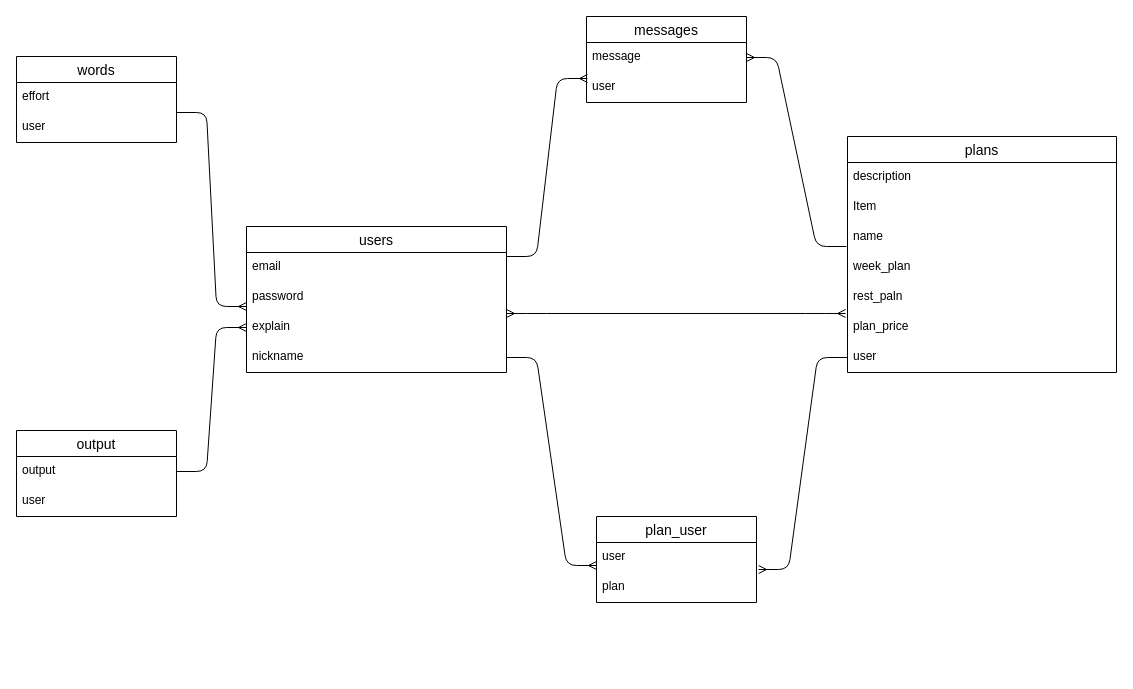
Before: dodo.dio in maru-maru-bonbon/dodo-1224, a draw.io diagram. Source tidied: cells renumbered, new cells numbered last; positions are measured from the earlier drawing's top-left corner, leaving out a move shared by most shapes. Both pictures are drawn from the tidied source at 100%, with x=0, y=0 at pixel (16, 16).
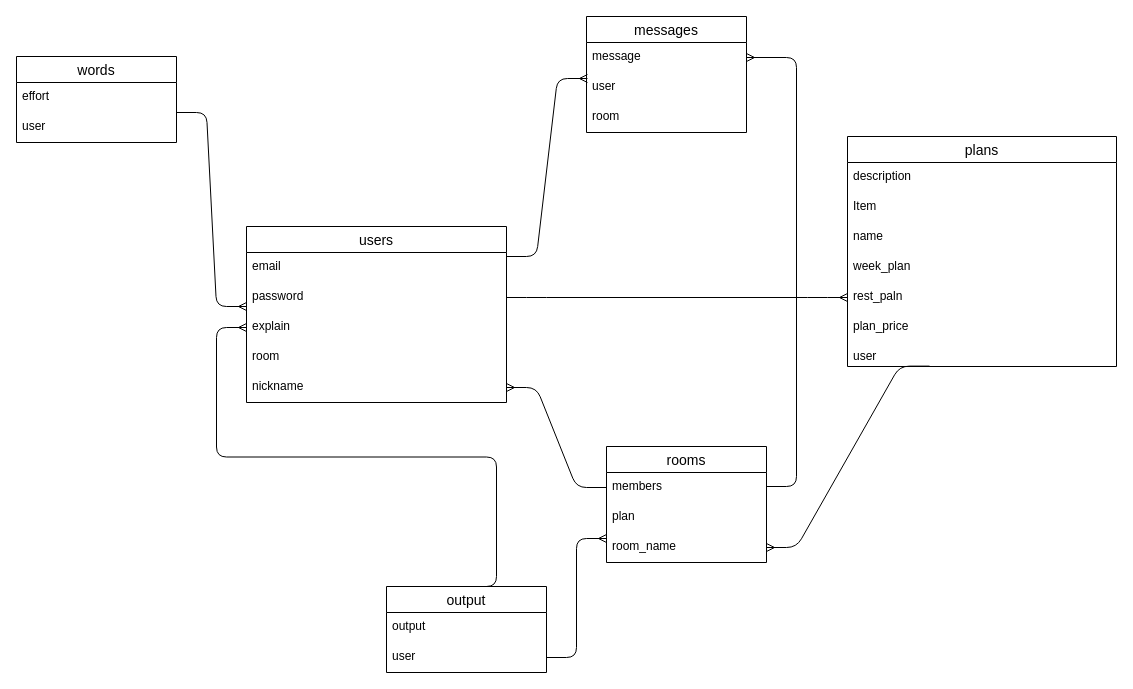
The same page after the edit.

Unchanged cells that the change refers to:
```xml
<mxCell id="4" value="password" style="text;strokeColor=none;fillColor=none;spacingLeft=4;spacingRight=4;overflow=hidden;points=[[0,0.5],[1,0.5]];portConstraint=eastwest;fontSize=12;" parent="2" vertex="1">
  <mxGeometry y="56" width="260" height="30" as="geometry" />
</mxCell>
<mxCell id="5" value="explain" style="text;strokeColor=none;fillColor=none;spacingLeft=4;spacingRight=4;overflow=hidden;points=[[0,0.5],[1,0.5]];portConstraint=eastwest;fontSize=12;" parent="2" vertex="1">
  <mxGeometry y="86" width="260" height="30" as="geometry" />
</mxCell>
<mxCell id="10" value="name" style="text;strokeColor=none;fillColor=none;spacingLeft=4;spacingRight=4;overflow=hidden;points=[[0,0.5],[1,0.5]];portConstraint=eastwest;fontSize=12;" parent="7" vertex="1">
  <mxGeometry y="86" width="269" height="30" as="geometry" />
</mxCell>
<mxCell id="12" value="rest_paln" style="text;strokeColor=none;fillColor=none;spacingLeft=4;spacingRight=4;overflow=hidden;points=[[0,0.5],[1,0.5]];portConstraint=eastwest;fontSize=12;" parent="7" vertex="1">
  <mxGeometry y="146" width="269" height="30" as="geometry" />
</mxCell>
<mxCell id="25" value="message" style="text;strokeColor=none;fillColor=none;spacingLeft=4;spacingRight=4;overflow=hidden;points=[[0,0.5],[1,0.5]];portConstraint=eastwest;fontSize=12;" parent="24" vertex="1">
  <mxGeometry y="26" width="160" height="30" as="geometry" />
</mxCell>
<mxCell id="31" value="output" style="text;strokeColor=none;fillColor=none;spacingLeft=4;spacingRight=4;overflow=hidden;points=[[0,0.5],[1,0.5]];portConstraint=eastwest;fontSize=12;" parent="30" vertex="1">
  <mxGeometry y="26" width="160" height="30" as="geometry" />
</mxCell>
<mxCell id="32" value="user" style="text;strokeColor=none;fillColor=none;spacingLeft=4;spacingRight=4;overflow=hidden;points=[[0,0.5],[1,0.5]];portConstraint=eastwest;fontSize=12;" parent="30" vertex="1">
  <mxGeometry y="56" width="160" height="30" as="geometry" />
</mxCell>
```

What changed in the source:
```diff
@@
     <mxCell id="2" value="users" style="swimlane;fontStyle=0;horizontal=1;startSize=26;align=center;fontSize=14;" parent="1" vertex="1">
-      <mxGeometry x="230" y="210" width="260" height="146" as="geometry" />
+      <mxGeometry x="230" y="210" width="260" height="176" as="geometry" />
     </mxCell>
@@
+    <mxCell id="34" value="room" style="text;strokeColor=none;fillColor=none;spacingLeft=4;spacingRight=4;overflow=hidden;fontSize=12;" parent="2" vertex="1">
+      <mxGeometry y="116" width="260" height="30" as="geometry" />
+    </mxCell>
     <mxCell id="6" value="nickname" style="text;strokeColor=none;fillColor=none;spacingLeft=4;spacingRight=4;overflow=hidden;points=[[0,0.5],[1,0.5]];portConstraint=eastwest;fontSize=12;" parent="2" vertex="1">
-      <mxGeometry y="116" width="260" height="30" as="geometry" />
+      <mxGeometry y="146" width="260" height="30" as="geometry" />
     </mxCell>
     <mxCell id="7" value="plans" style="swimlane;fontStyle=0;horizontal=1;startSize=26;align=center;fontSize=14;" parent="1" vertex="1">
-      <mxGeometry x="831" y="120" width="269" height="236" as="geometry" />
+      <mxGeometry x="831" y="120" width="269" height="230" as="geometry" />
     </mxCell>
@@
     <mxCell id="14" value="user" style="text;strokeColor=none;fillColor=none;spacingLeft=4;spacingRight=4;overflow=hidden;points=[[0,0.5],[1,0.5]];portConstraint=eastwest;fontSize=12;" parent="7" vertex="1">
-      <mxGeometry y="206" width="269" height="30" as="geometry" />
+      <mxGeometry y="206" width="269" height="24" as="geometry" />
     </mxCell>
-    <mxCell id="15" value="plan_user" style="swimlane;fontStyle=0;horizontal=1;startSize=26;align=center;fontSize=14;" parent="1" vertex="1">
-      <mxGeometry x="580" y="500" width="160" height="86" as="geometry" />
-    </mxCell>
-    <mxCell id="16" value="user" style="text;strokeColor=none;fillColor=none;spacingLeft=4;spacingRight=4;overflow=hidden;points=[[0,0.5],[1,0.5]];portConstraint=eastwest;fontSize=12;" parent="15" vertex="1">
-      <mxGeometry y="26" width="160" height="30" as="geometry" />
-    </mxCell>
-    <mxCell id="17" value="plan" style="text;strokeColor=none;fillColor=none;spacingLeft=4;spacingRight=4;overflow=hidden;fontSize=12;" parent="15" vertex="1">
-      <mxGeometry y="56" width="160" height="30" as="geometry" />
-    </mxCell>
-    <mxCell id="18" style="edgeStyle=entityRelationEdgeStyle;fontSize=12;html=1;endArrow=ERmany;startArrow=ERmany;entryX=-0.007;entryY=1.033;entryDx=0;entryDy=0;entryPerimeter=0;" parent="1" edge="1" target="12">
-      <mxGeometry relative="1" as="geometry">
-        <mxPoint x="490" y="297" as="sourcePoint" />
-      </mxGeometry>
-    </mxCell>
-    <mxCell id="19" style="edgeStyle=entityRelationEdgeStyle;fontSize=12;html=1;endArrow=ERmany;entryX=1.013;entryY=0.9;entryDx=0;entryDy=0;entryPerimeter=0;" parent="1" edge="1" source="14" target="16">
-      <mxGeometry relative="1" as="geometry" />
-    </mxCell>
-    <mxCell id="20" style="edgeStyle=entityRelationEdgeStyle;fontSize=12;html=1;endArrow=ERmany;exitX=1;exitY=0.5;exitDx=0;exitDy=0;" parent="1" edge="1" source="6">
-      <mxGeometry relative="1" as="geometry">
-        <mxPoint x="580" y="549" as="targetPoint" />
-        <Array as="points">
-          <mxPoint x="550" y="360" />
-        </Array>
-      </mxGeometry>
-    </mxCell>
@@
     <mxCell id="24" value="messages" style="swimlane;fontStyle=0;horizontal=1;startSize=26;align=center;fontSize=14;" parent="1" vertex="1">
-      <mxGeometry x="570" width="160" height="86" as="geometry" />
+      <mxGeometry x="570" width="160" height="116" as="geometry" />
     </mxCell>
@@
+    <mxCell id="35" value="room" style="text;strokeColor=none;fillColor=none;spacingLeft=4;spacingRight=4;overflow=hidden;fontSize=12;" parent="24" vertex="1">
+      <mxGeometry y="86" width="160" height="30" as="geometry" />
+    </mxCell>
@@
-    <mxCell id="28" style="edgeStyle=entityRelationEdgeStyle;fontSize=12;html=1;endArrow=ERmany;exitX=-0.004;exitY=0.8;exitDx=0;exitDy=0;exitPerimeter=0;entryX=1;entryY=0.5;entryDx=0;entryDy=0;" parent="1" edge="1" source="10" target="25">
-      <mxGeometry relative="1" as="geometry" />
+    <mxCell id="28" style="edgeStyle=entityRelationEdgeStyle;fontSize=12;html=1;endArrow=ERmany;entryX=1;entryY=0.5;entryDx=0;entryDy=0;" parent="1" edge="1" target="25">
+      <mxGeometry relative="1" as="geometry">
+        <mxPoint x="750" y="470" as="sourcePoint" />
+      </mxGeometry>
     </mxCell>
@@
     <mxCell id="30" value="output" style="swimlane;fontStyle=0;horizontal=1;startSize=26;align=center;fontSize=14;" parent="1" vertex="1">
-      <mxGeometry y="414" width="160" height="86" as="geometry" />
+      <mxGeometry x="370" y="570" width="160" height="86" as="geometry" />
     </mxCell>
@@
-    <mxCell id="33" style="edgeStyle=entityRelationEdgeStyle;fontSize=12;html=1;endArrow=ERmany;entryX=0;entryY=0.5;entryDx=0;entryDy=0;exitX=1;exitY=0.5;exitDx=0;exitDy=0;" parent="1" edge="1" source="31" target="5">
-      <mxGeometry relative="1" as="geometry" />
+    <mxCell id="33" style="edgeStyle=entityRelationEdgeStyle;fontSize=12;html=1;endArrow=ERmany;exitX=0.5;exitY=0;exitDx=0;exitDy=0;" parent="1" edge="1" source="30">
+      <mxGeometry relative="1" as="geometry">
+        <mxPoint x="230" y="311" as="targetPoint" />
+      </mxGeometry>
     </mxCell>
+    <mxCell id="36" value="rooms" style="swimlane;fontStyle=0;horizontal=1;startSize=26;align=center;fontSize=14;" parent="1" vertex="1">
+      <mxGeometry x="590" y="430" width="160" height="116" as="geometry" />
+    </mxCell>
+    <mxCell id="37" value="members" style="text;strokeColor=none;fillColor=none;spacingLeft=4;spacingRight=4;overflow=hidden;points=[[0,0.5],[1,0.5]];portConstraint=eastwest;fontSize=12;" parent="36" vertex="1">
+      <mxGeometry y="26" width="160" height="30" as="geometry" />
+    </mxCell>
+    <mxCell id="17" value="plan" style="text;strokeColor=none;fillColor=none;spacingLeft=4;spacingRight=4;overflow=hidden;fontSize=12;" parent="36" vertex="1">
+      <mxGeometry y="56" width="160" height="30" as="geometry" />
+    </mxCell>
+    <mxCell id="38" value="room_name" style="text;strokeColor=none;fillColor=none;spacingLeft=4;spacingRight=4;overflow=hidden;points=[[0,0.5],[1,0.5]];portConstraint=eastwest;fontSize=12;" parent="36" vertex="1">
+      <mxGeometry y="86" width="160" height="30" as="geometry" />
+    </mxCell>
+    <mxCell id="39" style="edgeStyle=entityRelationEdgeStyle;fontSize=12;html=1;endArrow=ERmany;exitX=0;exitY=0.5;exitDx=0;exitDy=0;" parent="1" edge="1" source="37" target="6">
+      <mxGeometry relative="1" as="geometry" />
+    </mxCell>
+    <mxCell id="40" style="edgeStyle=entityRelationEdgeStyle;fontSize=12;html=1;endArrow=ERmany;exitX=1;exitY=0.5;exitDx=0;exitDy=0;entryX=0;entryY=0.5;entryDx=0;entryDy=0;" parent="1" edge="1" source="4" target="12">
+      <mxGeometry relative="1" as="geometry" />
+    </mxCell>
+    <mxCell id="41" style="edgeStyle=entityRelationEdgeStyle;fontSize=12;html=1;endArrow=ERmany;exitX=0.305;exitY=0.984;exitDx=0;exitDy=0;exitPerimeter=0;" parent="1" edge="1" source="14" target="38">
+      <mxGeometry relative="1" as="geometry" />
+    </mxCell>
+    <mxCell id="42" style="edgeStyle=entityRelationEdgeStyle;fontSize=12;html=1;endArrow=ERmany;entryX=0;entryY=0.2;entryDx=0;entryDy=0;entryPerimeter=0;exitX=1;exitY=0.5;exitDx=0;exitDy=0;" parent="1" edge="1" source="32" target="38">
+      <mxGeometry relative="1" as="geometry" />
+    </mxCell>
```
